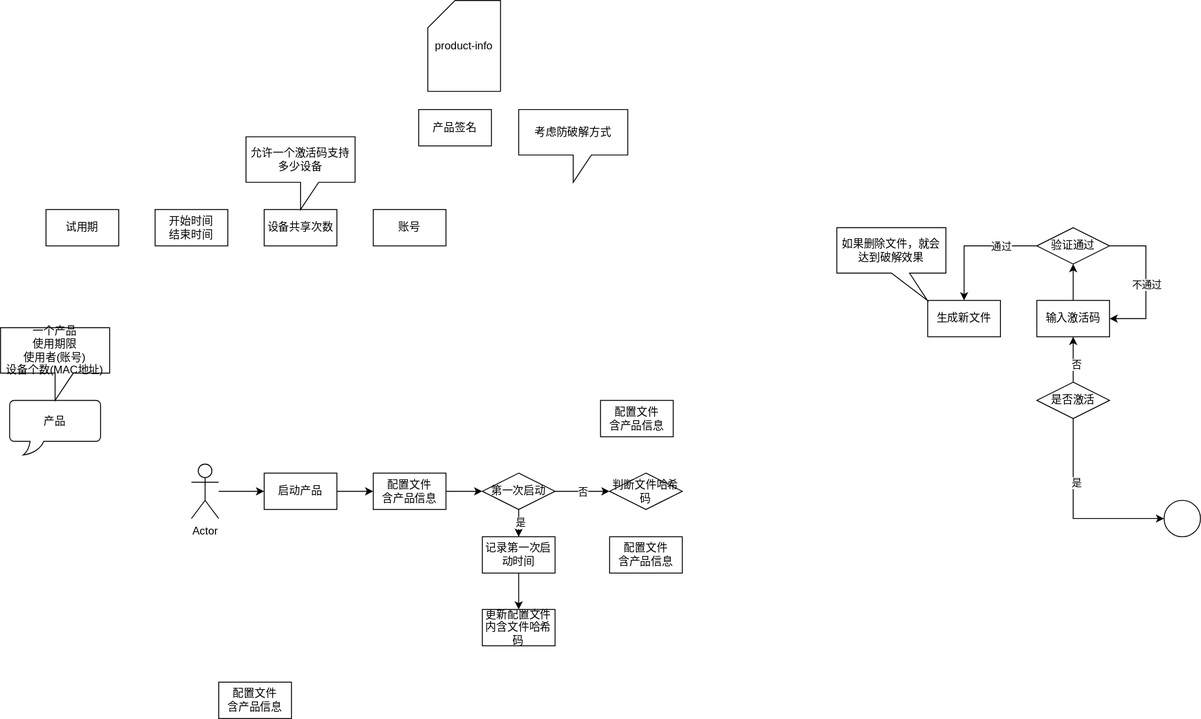
Earlier version of the draw.io export spring-boot-dee-license/spring-boot-dee-license-server/LicenseDesign.svg (DeeFromChina/dee-spring). Source tidied: cells renumbered, new cells last; positions are measured from the earlier drawing's top-left corner, leaving out a move shared by most shapes. The source it was exported from:
```xml
<mxGraphModel>
  <root>
    <mxCell id="0" />
    <mxCell id="1" parent="0" />
    <mxCell id="2" value="开始时间&lt;br&gt;结束时间" style="rounded=0;whiteSpace=wrap;html=1;" parent="1" vertex="1">
      <mxGeometry x="170" y="230" width="80" height="40" as="geometry" />
    </mxCell>
    <mxCell id="3" value="设备共享次数" style="rounded=0;whiteSpace=wrap;html=1;" parent="1" vertex="1">
      <mxGeometry x="290" y="230" width="80" height="40" as="geometry" />
    </mxCell>
    <mxCell id="4" value="账号" style="rounded=0;whiteSpace=wrap;html=1;" parent="1" vertex="1">
      <mxGeometry x="410" y="230" width="80" height="40" as="geometry" />
    </mxCell>
    <mxCell id="5" value="允许一个激活码支持多少设备" style="shape=callout;whiteSpace=wrap;html=1;perimeter=calloutPerimeter;" parent="1" vertex="1">
      <mxGeometry x="270" y="150" width="120" height="80" as="geometry" />
    </mxCell>
    <mxCell id="6" value="产品" style="whiteSpace=wrap;html=1;shape=mxgraph.basic.roundRectCallout;dx=30;dy=15;size=5;boundedLbl=1;" parent="1" vertex="1">
      <mxGeometry x="10" y="440" width="100" height="60" as="geometry" />
    </mxCell>
    <mxCell id="7" value="一个产品&lt;br&gt;使用期限&lt;br&gt;使用者(账号)&lt;br&gt;设备个数(MAC地址)" style="shape=callout;whiteSpace=wrap;html=1;perimeter=calloutPerimeter;" parent="1" vertex="1">
      <mxGeometry y="360" width="120" height="80" as="geometry" />
    </mxCell>
    <mxCell id="8" value="生成新文件" style="rounded=0;whiteSpace=wrap;html=1;" parent="1" vertex="1">
      <mxGeometry x="1020" y="330" width="80" height="40" as="geometry" />
    </mxCell>
    <mxCell id="9" style="edgeStyle=orthogonalEdgeStyle;rounded=0;jettySize=auto;html=1;entryX=0;entryY=0.5;entryDx=0;entryDy=0;" parent="1" edge="1" source="10" target="12">
      <mxGeometry relative="1" as="geometry" />
    </mxCell>
    <mxCell id="10" value="Actor" style="shape=umlActor;verticalLabelPosition=bottom;verticalAlign=top;html=1;outlineConnect=0;" parent="1" vertex="1">
      <mxGeometry x="210" y="510" width="30" height="60" as="geometry" />
    </mxCell>
    <mxCell id="11" style="edgeStyle=orthogonalEdgeStyle;rounded=0;jettySize=auto;html=1;entryX=0;entryY=0.5;entryDx=0;entryDy=0;" parent="1" edge="1" source="12" target="14">
      <mxGeometry relative="1" as="geometry" />
    </mxCell>
    <mxCell id="12" value="启动产品" style="rounded=0;whiteSpace=wrap;html=1;" parent="1" vertex="1">
      <mxGeometry x="290" y="520" width="80" height="40" as="geometry" />
    </mxCell>
    <mxCell id="13" style="edgeStyle=orthogonalEdgeStyle;rounded=0;jettySize=auto;html=1;entryX=0;entryY=0.5;entryDx=0;entryDy=0;" parent="1" edge="1" source="14" target="37">
      <mxGeometry relative="1" as="geometry" />
    </mxCell>
    <mxCell id="14" value="配置文件&lt;br&gt;含产品信息" style="rounded=0;whiteSpace=wrap;html=1;" parent="1" vertex="1">
      <mxGeometry x="410" y="520" width="80" height="40" as="geometry" />
    </mxCell>
    <mxCell id="15" style="edgeStyle=orthogonalEdgeStyle;rounded=0;jettySize=auto;html=1;entryX=0.5;entryY=1;entryDx=0;entryDy=0;" parent="1" edge="1" source="19" target="21">
      <mxGeometry relative="1" as="geometry" />
    </mxCell>
    <mxCell id="16" value="否" style="edgeLabel;html=1;align=center;verticalAlign=middle;" parent="15" vertex="1">
      <mxGeometry x="-0.2" y="-2" relative="1" as="geometry">
        <mxPoint x="1" as="offset" />
      </mxGeometry>
    </mxCell>
    <mxCell id="17" style="edgeStyle=orthogonalEdgeStyle;rounded=0;jettySize=auto;html=1;entryX=0;entryY=0.5;entryDx=0;entryDy=0;exitX=0.5;exitY=1;exitDx=0;exitDy=0;" parent="1" edge="1" source="19" target="27">
      <mxGeometry relative="1" as="geometry" />
    </mxCell>
    <mxCell id="18" value="是" style="edgeLabel;html=1;align=center;verticalAlign=middle;" parent="17" vertex="1">
      <mxGeometry x="-0.33" y="3" relative="1" as="geometry" />
    </mxCell>
    <mxCell id="19" value="是否激活" style="rhombus;whiteSpace=wrap;html=1;" parent="1" vertex="1">
      <mxGeometry x="1140" y="420" width="80" height="40" as="geometry" />
    </mxCell>
    <mxCell id="20" style="edgeStyle=orthogonalEdgeStyle;rounded=0;jettySize=auto;html=1;entryX=0.5;entryY=1;entryDx=0;entryDy=0;" parent="1" edge="1" source="21" target="26">
      <mxGeometry relative="1" as="geometry" />
    </mxCell>
    <mxCell id="21" value="输入激活码" style="rounded=0;whiteSpace=wrap;html=1;" parent="1" vertex="1">
      <mxGeometry x="1140" y="330" width="80" height="40" as="geometry" />
    </mxCell>
    <mxCell id="22" style="edgeStyle=orthogonalEdgeStyle;rounded=0;jettySize=auto;html=1;entryX=0.5;entryY=0;entryDx=0;entryDy=0;exitX=0;exitY=0.5;exitDx=0;exitDy=0;" parent="1" edge="1" source="26" target="8">
      <mxGeometry relative="1" as="geometry">
        <Array as="points">
          <mxPoint x="1060" y="270" />
        </Array>
      </mxGeometry>
    </mxCell>
    <mxCell id="23" value="通过" style="edgeLabel;html=1;align=center;verticalAlign=middle;" parent="22" vertex="1">
      <mxGeometry x="0.02" relative="1" as="geometry">
        <mxPoint x="31" as="offset" />
      </mxGeometry>
    </mxCell>
    <mxCell id="24" style="edgeStyle=orthogonalEdgeStyle;rounded=0;jettySize=auto;html=1;entryX=1;entryY=0.5;entryDx=0;entryDy=0;" parent="1" edge="1" source="26" target="21">
      <mxGeometry relative="1" as="geometry">
        <Array as="points">
          <mxPoint x="1260" y="270" />
          <mxPoint x="1260" y="350" />
        </Array>
      </mxGeometry>
    </mxCell>
    <mxCell id="25" value="不通过" style="edgeLabel;html=1;align=center;verticalAlign=middle;" parent="24" vertex="1">
      <mxGeometry x="0.03" relative="1" as="geometry" />
    </mxCell>
    <mxCell id="26" value="验证通过" style="rhombus;whiteSpace=wrap;html=1;" parent="1" vertex="1">
      <mxGeometry x="1140" y="250" width="80" height="40" as="geometry" />
    </mxCell>
    <mxCell id="27" style="ellipse;whiteSpace=wrap;html=1;" parent="1" vertex="1">
      <mxGeometry x="1280" y="550" width="40" height="40" as="geometry" />
    </mxCell>
    <mxCell id="28" value="产品签名" style="rounded=0;whiteSpace=wrap;html=1;" parent="1" vertex="1">
      <mxGeometry x="460" y="120" width="80" height="40" as="geometry" />
    </mxCell>
    <mxCell id="29" value="product-info" style="shape=card;whiteSpace=wrap;html=1;" parent="1" vertex="1">
      <mxGeometry x="470" width="80" height="100" as="geometry" />
    </mxCell>
    <mxCell id="30" value="试用期" style="rounded=0;whiteSpace=wrap;html=1;" parent="1" vertex="1">
      <mxGeometry x="50" y="230" width="80" height="40" as="geometry" />
    </mxCell>
    <mxCell id="31" value="如果删除文件，就会达到破解效果" style="shape=callout;whiteSpace=wrap;html=1;perimeter=calloutPerimeter;position2=0.83;" parent="1" vertex="1">
      <mxGeometry x="920" y="250" width="120" height="80" as="geometry" />
    </mxCell>
    <mxCell id="32" value="判断文件哈希码" style="rhombus;whiteSpace=wrap;html=1;" parent="1" vertex="1">
      <mxGeometry x="670" y="520" width="80" height="40" as="geometry" />
    </mxCell>
    <mxCell id="33" style="edgeStyle=orthogonalEdgeStyle;rounded=0;jettySize=auto;html=1;" parent="1" edge="1" source="37" target="39">
      <mxGeometry relative="1" as="geometry" />
    </mxCell>
    <mxCell id="34" value="是" style="edgeLabel;html=1;align=center;verticalAlign=middle;" parent="33" vertex="1">
      <mxGeometry x="0.36" y="1" relative="1" as="geometry" />
    </mxCell>
    <mxCell id="35" style="edgeStyle=orthogonalEdgeStyle;rounded=0;jettySize=auto;html=1;entryX=0;entryY=0.5;entryDx=0;entryDy=0;" parent="1" edge="1" source="37" target="32">
      <mxGeometry relative="1" as="geometry" />
    </mxCell>
    <mxCell id="36" value="否" style="edgeLabel;html=1;align=center;verticalAlign=middle;" parent="35" vertex="1">
      <mxGeometry x="-0.33" relative="1" as="geometry">
        <mxPoint x="10" as="offset" />
      </mxGeometry>
    </mxCell>
    <mxCell id="37" value="第一次启动" style="rhombus;whiteSpace=wrap;html=1;" parent="1" vertex="1">
      <mxGeometry x="530" y="520" width="80" height="40" as="geometry" />
    </mxCell>
    <mxCell id="38" style="edgeStyle=orthogonalEdgeStyle;rounded=0;jettySize=auto;html=1;" parent="1" edge="1" source="39" target="41">
      <mxGeometry relative="1" as="geometry" />
    </mxCell>
    <mxCell id="39" value="记录第一次启动时间" style="rounded=0;whiteSpace=wrap;html=1;" parent="1" vertex="1">
      <mxGeometry x="530" y="590" width="80" height="40" as="geometry" />
    </mxCell>
    <mxCell id="40" value="配置文件&lt;br&gt;含产品信息" style="rounded=0;whiteSpace=wrap;html=1;" parent="1" vertex="1">
      <mxGeometry x="240" y="750" width="80" height="40" as="geometry" />
    </mxCell>
    <mxCell id="41" value="更新配置文件&lt;br&gt;内含文件哈希码" style="rounded=0;whiteSpace=wrap;html=1;" parent="1" vertex="1">
      <mxGeometry x="530" y="670" width="80" height="40" as="geometry" />
    </mxCell>
    <mxCell id="42" value="配置文件&lt;br&gt;含产品信息" style="rounded=0;whiteSpace=wrap;html=1;" parent="1" vertex="1">
      <mxGeometry x="670" y="590" width="80" height="40" as="geometry" />
    </mxCell>
    <mxCell id="43" value="配置文件&lt;br&gt;含产品信息" style="rounded=0;whiteSpace=wrap;html=1;" parent="1" vertex="1">
      <mxGeometry x="660" y="440" width="80" height="40" as="geometry" />
    </mxCell>
    <mxCell id="44" value="考虑防破解方式" style="shape=callout;whiteSpace=wrap;html=1;perimeter=calloutPerimeter;" parent="1" vertex="1">
      <mxGeometry x="570" y="120" width="120" height="80" as="geometry" />
    </mxCell>
  </root>
</mxGraphModel>
```
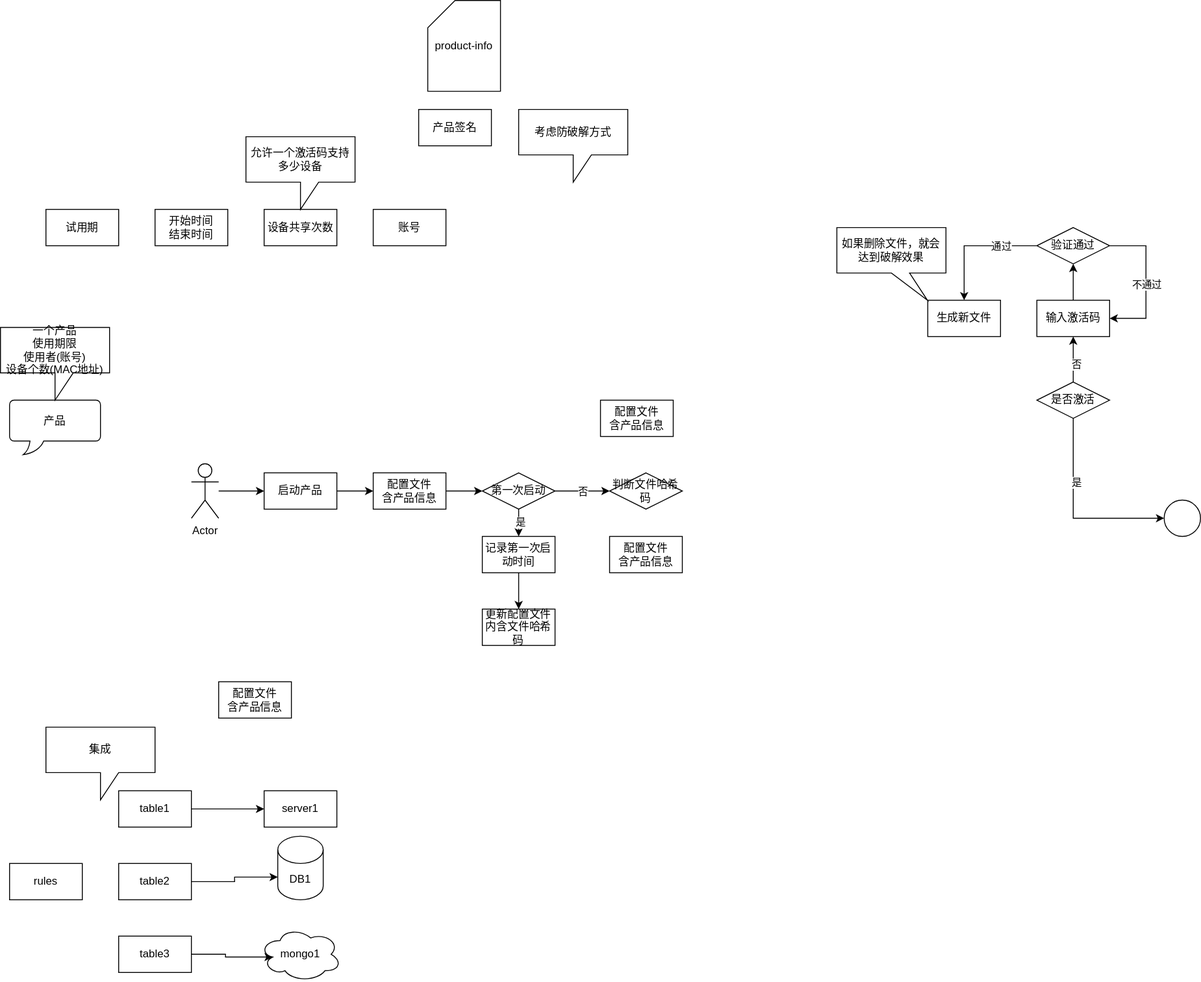
After the commit.

What changed in the source:
```diff
@@ -146,5 +146,38 @@
     <mxCell id="44" value="考虑防破解方式" style="shape=callout;whiteSpace=wrap;html=1;perimeter=calloutPerimeter;" parent="1" vertex="1">
       <mxGeometry x="570" y="120" width="120" height="80" as="geometry" />
     </mxCell>
+    <mxCell id="45" value="rules" style="rounded=0;whiteSpace=wrap;html=1;" parent="1" vertex="1">
+      <mxGeometry x="10" y="950" width="80" height="40" as="geometry" />
+    </mxCell>
+    <mxCell id="46" style="edgeStyle=orthogonalEdgeStyle;rounded=0;jettySize=auto;html=1;entryX=0;entryY=0.5;entryDx=0;entryDy=0;" parent="1" edge="1" source="47" target="52">
+      <mxGeometry relative="1" as="geometry" />
+    </mxCell>
+    <mxCell id="47" value="table1" style="rounded=0;whiteSpace=wrap;html=1;" parent="1" vertex="1">
+      <mxGeometry x="130" y="870" width="80" height="40" as="geometry" />
+    </mxCell>
+    <mxCell id="48" style="edgeStyle=orthogonalEdgeStyle;rounded=0;jettySize=auto;html=1;entryX=0;entryY=0;entryDx=0;entryDy=45;entryPerimeter=0;" parent="1" edge="1" source="49" target="53">
+      <mxGeometry relative="1" as="geometry" />
+    </mxCell>
+    <mxCell id="49" value="table2" style="rounded=0;whiteSpace=wrap;html=1;" parent="1" vertex="1">
+      <mxGeometry x="130" y="950" width="80" height="40" as="geometry" />
+    </mxCell>
+    <mxCell id="50" style="edgeStyle=orthogonalEdgeStyle;rounded=0;jettySize=auto;html=1;entryX=0.16;entryY=0.55;entryDx=0;entryDy=0;entryPerimeter=0;" parent="1" edge="1" source="51" target="54">
+      <mxGeometry relative="1" as="geometry" />
+    </mxCell>
+    <mxCell id="51" value="table3" style="rounded=0;whiteSpace=wrap;html=1;" parent="1" vertex="1">
+      <mxGeometry x="130" y="1030" width="80" height="40" as="geometry" />
+    </mxCell>
+    <mxCell id="52" value="server1" style="rounded=0;whiteSpace=wrap;html=1;" parent="1" vertex="1">
+      <mxGeometry x="290" y="870" width="80" height="40" as="geometry" />
+    </mxCell>
+    <mxCell id="53" value="DB1" style="shape=cylinder3;whiteSpace=wrap;html=1;boundedLbl=1;backgroundOutline=1;size=15;" parent="1" vertex="1">
+      <mxGeometry x="305" y="920" width="50" height="70" as="geometry" />
+    </mxCell>
+    <mxCell id="54" value="mongo1" style="ellipse;shape=cloud;whiteSpace=wrap;html=1;" parent="1" vertex="1">
+      <mxGeometry x="285" y="1020" width="90" height="60" as="geometry" />
+    </mxCell>
+    <mxCell id="55" value="集成" style="shape=callout;whiteSpace=wrap;html=1;perimeter=calloutPerimeter;" parent="1" vertex="1">
+      <mxGeometry x="50" y="800" width="120" height="80" as="geometry" />
+    </mxCell>
   </root>
 </mxGraphModel>
```
